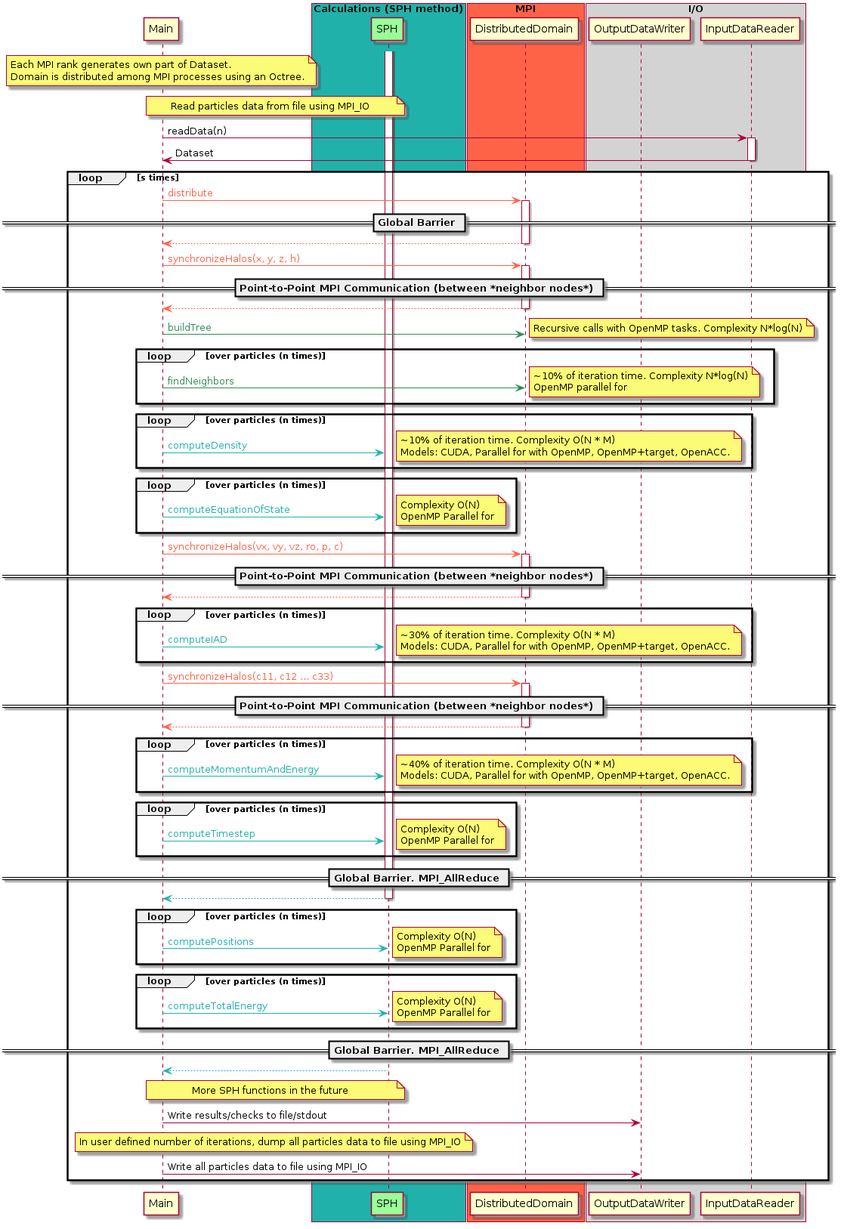
The PlantUML diagram docs/sequence_diagram_gravity.png in unibas-dmi-hpc/SPH-EXA, before a commit. The source it was exported from:
```plantuml
@startuml

participant Main
participant SPH #99FF99
participant DistributedDomain

box "Calculations (SPH method)" #LightSeaGreen
	participant SPH
end box

box "MPI" #Tomato
	participant DistributedDomain
end box

box "I/O" #LightGrey
	participant OutputDataWriter
	participant InputDataReader
end box

note over Main
Each MPI rank generates own part of Dataset.
Domain is distributed among MPI processes using an Octree.
end note

note over Main, SPH
Read particles data from file using MPI_IO
end note
Main -> InputDataReader: readData(n)
activate InputDataReader
Main <- InputDataReader: Dataset
deactivate InputDataReader

loop s times

Main -[#Tomato]> DistributedDomain: <color:#Tomato>distribute </color>
activate DistributedDomain
== Global Barrier ==
Main <-[#Tomato]- DistributedDomain
deactivate DistributedDomain

Main -[#Tomato]> DistributedDomain: <color:#Tomato>synchronizeHalos(x, y, z, h)</color>
activate DistributedDomain
== Point-to-Point MPI Communication (between *neighbor nodes*) ==
Main <-[#Tomato]- DistributedDomain
deactivate DistributedDomain
Main -[#SeaGreen]> DistributedDomain: <color:#SeaGreen>buildTree</color>
note right
Recursive calls with OpenMP tasks. Complexity N*log(N)
end note

loop over particles (n times)
Main -[#SeaGreen]> DistributedDomain: <color:#SeaGreen>findNeighbors</color>
note right
~10% of iteration time. Complexity N*log(N)
OpenMP parallel for
end note
end

loop over particles (n times)
Main -[#LightSeaGreen]> SPH: <color:#LightSeaGreen>computeDensity</color>
note right
~10% of iteration time. Complexity O(N * M)
Models: CUDA, Parallel for with OpenMP, OpenMP+target, OpenACC.
end note
end

loop over particles (n times)
Main -[#LightSeaGreen]> SPH: <color:#LightSeaGreen>computeEquationOfState</color>
note right
Complexity O(N)
OpenMP Parallel for
end note
end

Main -[#Tomato]> DistributedDomain: <color:#Tomato>synchronizeHalos(vx, vy, vz, ro, p, c)</color>
activate DistributedDomain
== Point-to-Point MPI Communication (between *neighbor nodes*) ==
Main <-[#Tomato]- DistributedDomain
deactivate DistributedDomain

loop over particles (n times)
Main -[#LightSeaGreen]> SPH: <color:#LightSeaGreen>computeIAD</color>
note right
~30% of iteration time. Complexity O(N * M)
Models: CUDA, Parallel for with OpenMP, OpenMP+target, OpenACC.
end note
end

Main -[#Tomato]> DistributedDomain: <color:#Tomato>synchronizeHalos(c11, c12 ... c33)</color>
activate DistributedDomain
== Point-to-Point MPI Communication (between *neighbor nodes*) ==
Main <-[#Tomato]- DistributedDomain
deactivate DistributedDomain

loop over particles (n times)
Main -[#LightSeaGreen]> SPH: <color:#LightSeaGreen>computeMomentumAndEnergy</color>
note right
~40% of iteration time. Complexity O(N * M)
Models: CUDA, Parallel for with OpenMP, OpenMP+target, OpenACC.
end note
end

loop over particles (n times)
Main -[#LightSeaGreen]> SPH: <color:#LightSeaGreen>computeTimestep</color>
note right
Complexity O(N)
OpenMP Parallel for
end note
end

activate SPH
== Global Barrier. MPI_AllReduce ==
Main <-[#LightSeaGreen]- SPH
deactivate SPH

loop over particles (n times)
Main -[#LightSeaGreen]> SPH: <color:#LightSeaGreen>computePositions</color>
note right
Complexity O(N)
OpenMP Parallel for
end note
end

loop over particles (n times)
Main -[#LightSeaGreen]> SPH: <color:#LightSeaGreen>computeTotalEnergy</color>
note right
Complexity O(N)
OpenMP Parallel for
end note
end

activate SPH
== Global Barrier. MPI_AllReduce ==
Main <-[#LightSeaGreen]- SPH
deactivate SPH
note over Main, SPH
More SPH functions in the future
end note
Main -> OutputDataWriter: Write results/checks to file/stdout

note over Main, SPH
In user defined number of iterations, dump all particles data to file using MPI_IO
end note
Main -> OutputDataWriter: Write all particles data to file using MPI_IO
end

@enduml
```
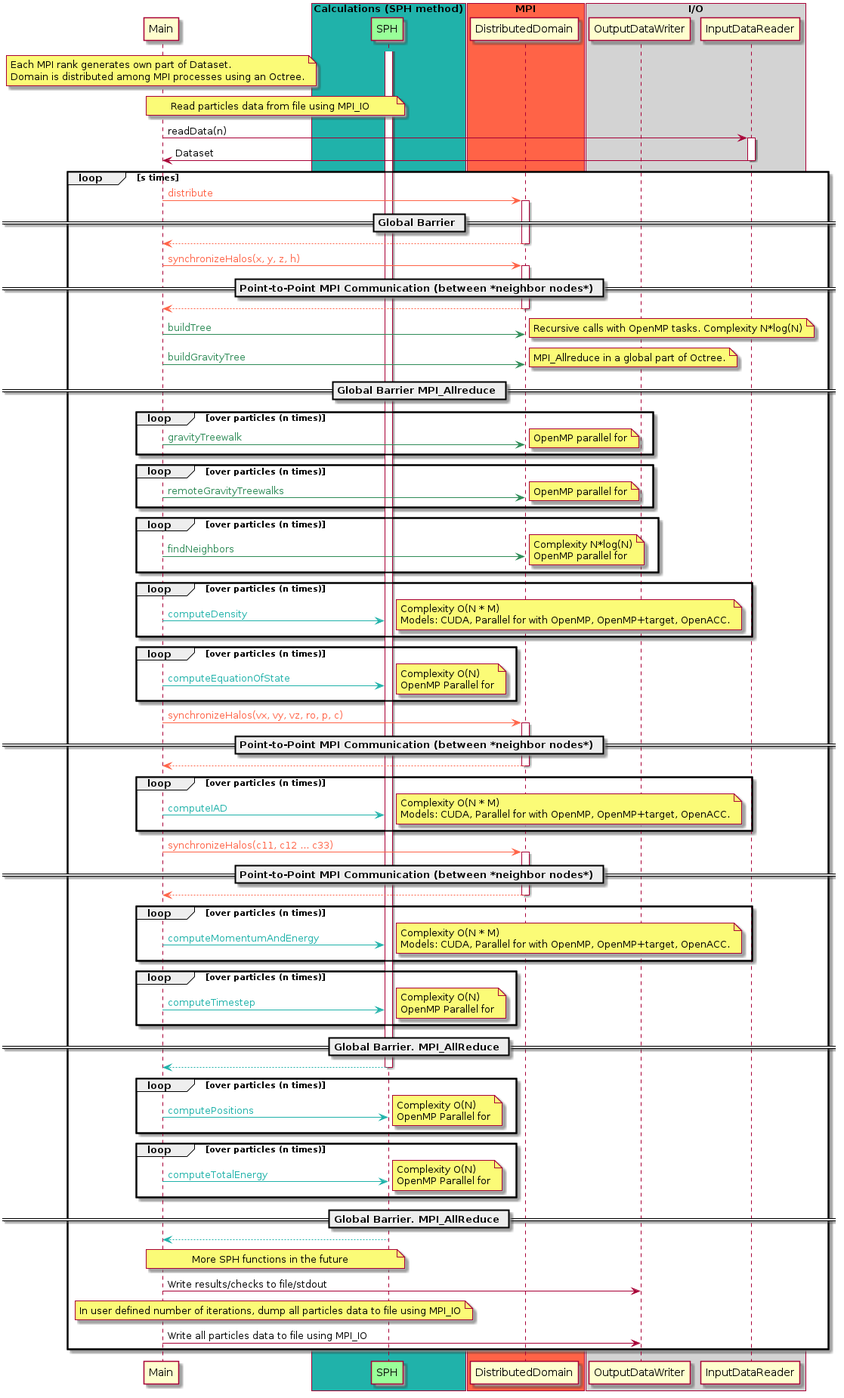
The same diagram one commit later.

Commit message:
Correct sequence diagrams

Diff of the diagram source:
```diff
@@ -47,11 +47,29 @@
 note right
 Recursive calls with OpenMP tasks. Complexity N*log(N)
 end note
+Main -[#SeaGreen]> DistributedDomain: <color:#SeaGreen>buildGravityTree</color>
+note right
+MPI_Allreduce in a global part of Octree.
+end note
+== Global Barrier MPI_Allreduce ==
+
+loop over particles (n times)
+Main -[#SeaGreen]> DistributedDomain: <color:#SeaGreen>gravityTreewalk</color>
+note right
+OpenMP parallel for
+end note
+end
+loop over particles (n times)
+Main -[#SeaGreen]> DistributedDomain: <color:#SeaGreen>remoteGravityTreewalks</color>
+note right
+OpenMP parallel for
+end note
+end
 
 loop over particles (n times)
 Main -[#SeaGreen]> DistributedDomain: <color:#SeaGreen>findNeighbors</color>
 note right
-~10% of iteration time. Complexity N*log(N)
+Complexity N*log(N)
 OpenMP parallel for
 end note
 end
@@ -59,7 +77,7 @@
 loop over particles (n times)
 Main -[#LightSeaGreen]> SPH: <color:#LightSeaGreen>computeDensity</color>
 note right
-~10% of iteration time. Complexity O(N * M)
+Complexity O(N * M)
 Models: CUDA, Parallel for with OpenMP, OpenMP+target, OpenACC.
 end note
 end
@@ -81,7 +99,7 @@
 loop over particles (n times)
 Main -[#LightSeaGreen]> SPH: <color:#LightSeaGreen>computeIAD</color>
 note right
-~30% of iteration time. Complexity O(N * M)
+Complexity O(N * M)
 Models: CUDA, Parallel for with OpenMP, OpenMP+target, OpenACC.
 end note
 end
@@ -95,7 +113,7 @@
 loop over particles (n times)
 Main -[#LightSeaGreen]> SPH: <color:#LightSeaGreen>computeMomentumAndEnergy</color>
 note right
-~40% of iteration time. Complexity O(N * M)
+Complexity O(N * M)
 Models: CUDA, Parallel for with OpenMP, OpenMP+target, OpenACC.
 end note
 end
```
